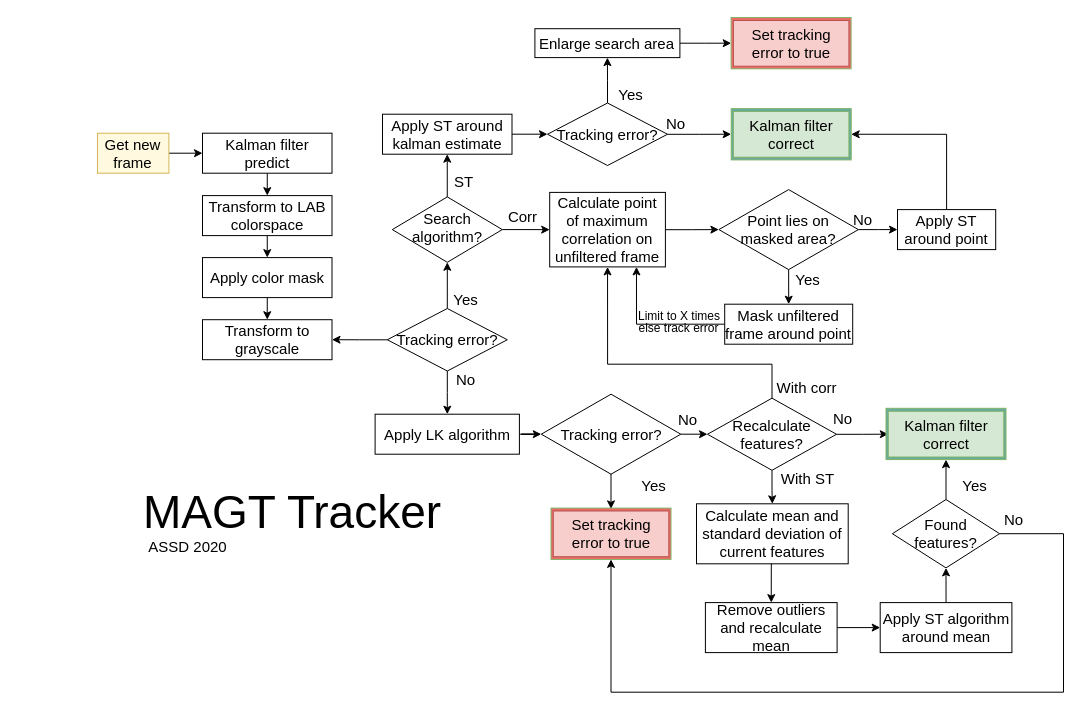
Before: Flowchart.drawio in amechu/TP_FINAL_ASSD, a draw.io diagram. Source tidied: cells renumbered, new cells numbered last; positions are measured from the earlier drawing's top-left corner, leaving out a move shared by most shapes. Both pictures are drawn from the tidied source at 100%, with x=0, y=0 at pixel (97, 17).
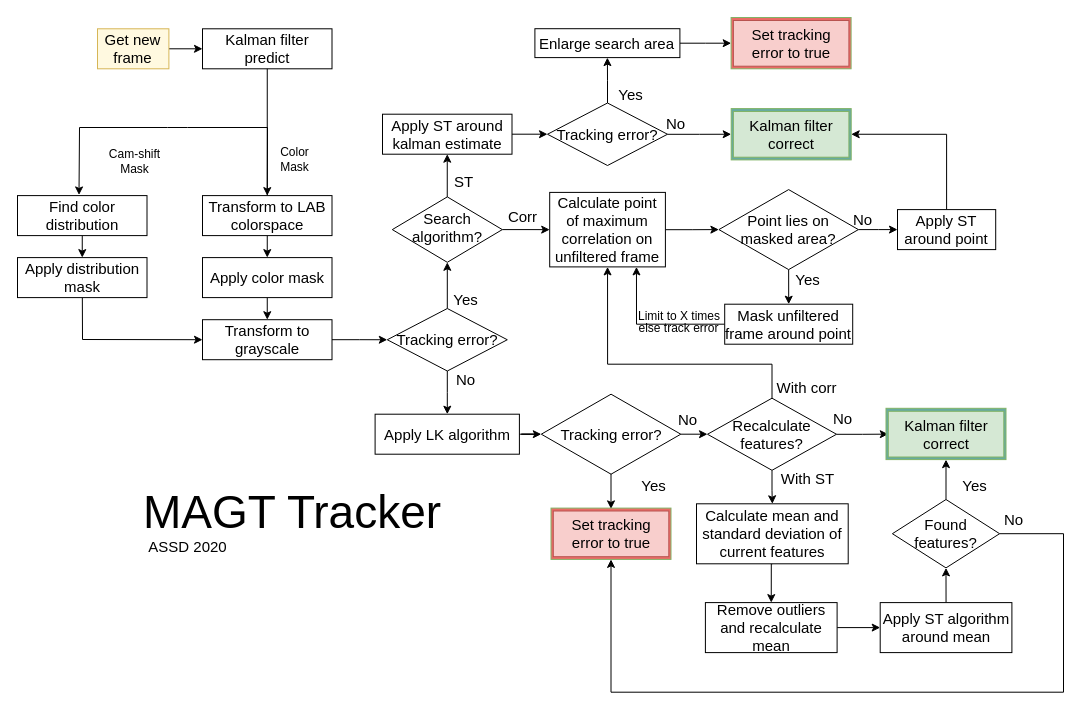
After the change.

The change refers to these unchanged cells:
```xml
<mxCell id="6" value="Transform to LAB colorspace" style="whiteSpace=wrap;html=1;align=center;fontSize=15;" parent="1" vertex="1">
  <mxGeometry x="105" y="178.1" width="129.5" height="40" as="geometry" />
</mxCell>
<mxCell id="11" value="Transform to grayscale" style="whiteSpace=wrap;html=1;align=center;fontSize=15;" parent="1" vertex="1">
  <mxGeometry x="105" y="302.2" width="129.5" height="40" as="geometry" />
</mxCell>
<mxCell id="15" value="Tracking error?" style="shape=rhombus;perimeter=rhombusPerimeter;whiteSpace=wrap;html=1;align=center;fontSize=15;" parent="1" vertex="1">
  <mxGeometry x="289.8" y="291" width="120" height="62.5" as="geometry" />
</mxCell>
```

Change to the diagram source:
```diff
@@
     <mxCell id="4" value="Get new frame" style="whiteSpace=wrap;html=1;align=center;fontSize=15;strokeColor=#d6b656;fillColor=#FFF9E0;" parent="1" vertex="1">
-      <mxGeometry y="115.7" width="71.4" height="40" as="geometry" />
+      <mxGeometry y="11.3" width="71.4" height="40" as="geometry" />
     </mxCell>
@@
+    <mxCell id="80" style="edgeStyle=none;rounded=0;jettySize=auto;html=1;exitX=0.5;exitY=0;exitDx=0;exitDy=0;entryX=0.475;entryY=-0.016;entryDx=0;entryDy=0;entryPerimeter=0;" parent="1" edge="1" source="6" target="83">
+      <mxGeometry relative="1" as="geometry">
+        <Array as="points">
+          <mxPoint x="170" y="110" />
+          <mxPoint x="90" y="110" />
+          <mxPoint x="70" y="110" />
+          <mxPoint x="-18" y="110" />
+        </Array>
+      </mxGeometry>
+    </mxCell>
@@
-    <mxCell id="9" style="edgeStyle=orthogonalEdgeStyle;rounded=0;jettySize=auto;html=1;exitX=0.5;exitY=1;exitDx=0;exitDy=0;entryX=0.5;entryY=0;entryDx=0;entryDy=0;" parent="1" edge="1" source="10" target="6">
-      <mxGeometry relative="1" as="geometry" />
-    </mxCell>
     <mxCell id="10" value="Kalman filter predict" style="whiteSpace=wrap;html=1;align=center;fontSize=15;" parent="1" vertex="1">
-      <mxGeometry x="105" y="115.7" width="129.5" height="40" as="geometry" />
+      <mxGeometry x="105" y="11.3" width="129.5" height="40" as="geometry" />
     </mxCell>
+    <mxCell id="81" style="edgeStyle=orthogonalEdgeStyle;rounded=0;jettySize=auto;html=1;entryX=0;entryY=0.5;entryDx=0;entryDy=0;" parent="1" edge="1" source="11" target="15">
+      <mxGeometry relative="1" as="geometry" />
+    </mxCell>
@@
-    <mxCell id="14" style="edgeStyle=orthogonalEdgeStyle;rounded=0;jettySize=auto;html=1;endArrow=classic;endFill=1;entryX=1;entryY=0.5;entryDx=0;entryDy=0;" parent="1" edge="1" source="15" target="11">
-      <mxGeometry relative="1" as="geometry" />
-    </mxCell>
@@
+    <mxCell id="9" style="edgeStyle=orthogonalEdgeStyle;rounded=0;jettySize=auto;html=1;exitX=0.5;exitY=1;exitDx=0;exitDy=0;entryX=0.5;entryY=0;entryDx=0;entryDy=0;" parent="1" edge="1" source="10" target="6">
+      <mxGeometry relative="1" as="geometry" />
+    </mxCell>
+    <mxCell id="82" style="edgeStyle=none;rounded=0;jettySize=auto;html=1;entryX=0.5;entryY=0;entryDx=0;entryDy=0;" parent="1" edge="1" source="83" target="86">
+      <mxGeometry relative="1" as="geometry" />
+    </mxCell>
+    <mxCell id="83" value="Find color distribution" style="whiteSpace=wrap;html=1;align=center;fontSize=15;" parent="1" vertex="1">
+      <mxGeometry x="-80" y="178.1" width="129.5" height="40" as="geometry" />
+    </mxCell>
+    <mxCell id="84" style="edgeStyle=none;rounded=0;jettySize=auto;html=1;" parent="1" edge="1" source="86">
+      <mxGeometry relative="1" as="geometry">
+        <mxPoint x="-15.2" y="240" as="targetPoint" />
+      </mxGeometry>
+    </mxCell>
+    <mxCell id="85" style="edgeStyle=none;rounded=0;jettySize=auto;html=1;entryX=0;entryY=0.5;entryDx=0;entryDy=0;" parent="1" edge="1" source="86" target="11">
+      <mxGeometry relative="1" as="geometry">
+        <Array as="points">
+          <mxPoint x="-15" y="322" />
+        </Array>
+      </mxGeometry>
+    </mxCell>
+    <mxCell id="86" value="Apply distribution mask" style="whiteSpace=wrap;html=1;align=center;fontSize=15;" parent="1" vertex="1">
+      <mxGeometry x="-80" y="240.1" width="129.5" height="40" as="geometry" />
+    </mxCell>
+    <mxCell id="87" value="Cam-shift &lt;br&gt;Mask&lt;br&gt;" style="text;html=1;strokeColor=none;fillColor=none;align=center;verticalAlign=middle;whiteSpace=wrap;rounded=0;" parent="1" vertex="1">
+      <mxGeometry x="-20" y="133.7" width="115" height="20" as="geometry" />
+    </mxCell>
+    <mxCell id="88" value="Color Mask" style="text;html=1;strokeColor=none;fillColor=none;align=center;verticalAlign=middle;whiteSpace=wrap;rounded=0;" parent="1" vertex="1">
+      <mxGeometry x="175" y="130" width="45" height="23.7" as="geometry" />
+    </mxCell>
```
